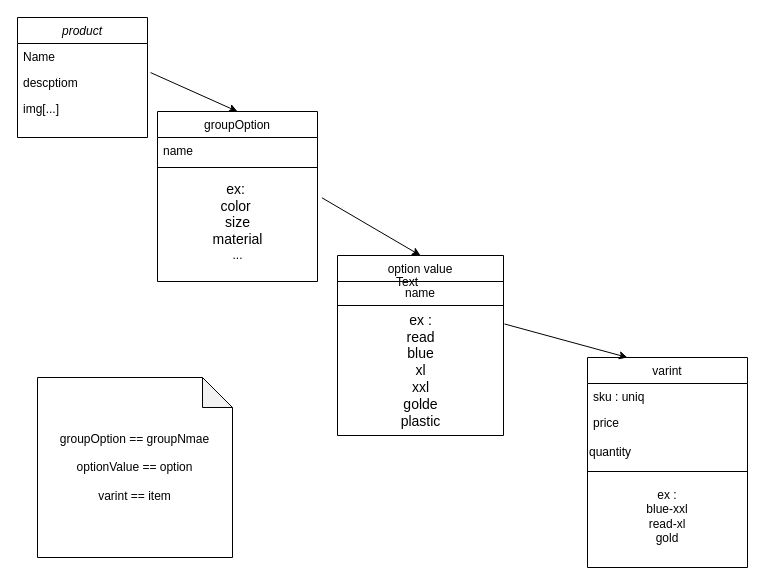
The draw.io diagram Untitled Diagram.drawio in okbach/diagram, before the edit. Source tidied: cells renumbered, new cells numbered last; positions are measured from the earlier drawing's top-left corner, leaving out a move shared by most shapes. Both pictures are drawn from the tidied source at 100%, with x=0, y=0 at pixel (17, 17).
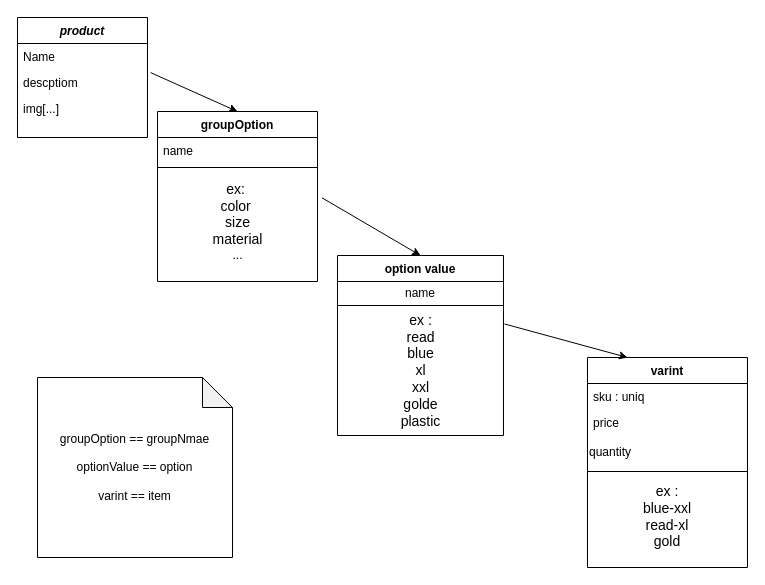
After the change.

Diff of the diagram source:
```diff
@@
-    <mxCell id="2" value="product&#10;" style="swimlane;fontStyle=2;align=center;verticalAlign=top;horizontal=1;startSize=26;rounded=0;shadow=0;strokeWidth=1;" parent="1" vertex="1">
+    <mxCell id="2" value="product&#10;" style="swimlane;fontStyle=3;align=center;verticalAlign=top;horizontal=1;startSize=26;rounded=0;shadow=0;strokeWidth=1;" parent="1" vertex="1">
       <mxGeometry width="130" height="120" as="geometry" />
     </mxCell>
@@
-    <mxCell id="6" value="varint" style="swimlane;fontStyle=0;align=center;verticalAlign=top;horizontal=1;startSize=26;rounded=0;shadow=0;strokeWidth=1;" parent="1" vertex="1">
+    <mxCell id="6" value="varint" style="swimlane;fontStyle=1;align=center;verticalAlign=top;horizontal=1;startSize=26;rounded=0;shadow=0;strokeWidth=1;" parent="1" vertex="1">
       <mxGeometry x="570" y="340" width="160" height="210" as="geometry" />
     </mxCell>
@@
-    <mxCell id="11" value="ex :&lt;div&gt;blue-xxl&lt;/div&gt;&lt;div&gt;read-xl&lt;/div&gt;&lt;div&gt;gold&lt;/div&gt;" style="text;html=1;align=center;verticalAlign=middle;whiteSpace=wrap;rounded=0;" parent="6" vertex="1">
+    <mxCell id="11" value="&lt;font style=&quot;font-size: 14px;&quot;&gt;ex :&lt;/font&gt;&lt;div&gt;&lt;font style=&quot;font-size: 14px;&quot;&gt;blue-xxl&lt;/font&gt;&lt;/div&gt;&lt;div&gt;&lt;font style=&quot;font-size: 14px;&quot;&gt;read-xl&lt;/font&gt;&lt;/div&gt;&lt;div&gt;&lt;font style=&quot;font-size: 14px;&quot;&gt;gold&lt;/font&gt;&lt;/div&gt;" style="text;html=1;align=center;verticalAlign=middle;whiteSpace=wrap;rounded=0;" parent="6" vertex="1">
       <mxGeometry y="118" width="160" height="82" as="geometry" />
     </mxCell>
-    <mxCell id="12" value="option value&#10;" style="swimlane;fontStyle=0;align=center;verticalAlign=top;horizontal=1;startSize=26;rounded=0;shadow=0;strokeWidth=1;" parent="1" vertex="1">
+    <mxCell id="12" value="option value&#10;" style="swimlane;fontStyle=1;align=center;verticalAlign=top;horizontal=1;startSize=26;rounded=0;shadow=0;strokeWidth=1;" parent="1" vertex="1">
       <mxGeometry x="320" y="238" width="166" height="180" as="geometry" />
     </mxCell>
@@
-    <mxCell id="15" value="groupOption" style="swimlane;fontStyle=0;align=center;verticalAlign=top;horizontal=1;startSize=26;rounded=0;shadow=0;strokeWidth=1;" parent="1" vertex="1">
+    <mxCell id="15" value="groupOption" style="swimlane;fontStyle=1;align=center;verticalAlign=top;horizontal=1;startSize=26;rounded=0;shadow=0;strokeWidth=1;" parent="1" vertex="1">
       <mxGeometry x="140" y="94" width="160" height="170" as="geometry" />
     </mxCell>
@@
-    <mxCell id="22" value="Text" style="text;html=1;align=center;verticalAlign=middle;whiteSpace=wrap;rounded=0;" parent="1" vertex="1">
-      <mxGeometry x="360" y="250" width="60" height="30" as="geometry" />
-    </mxCell>
```
